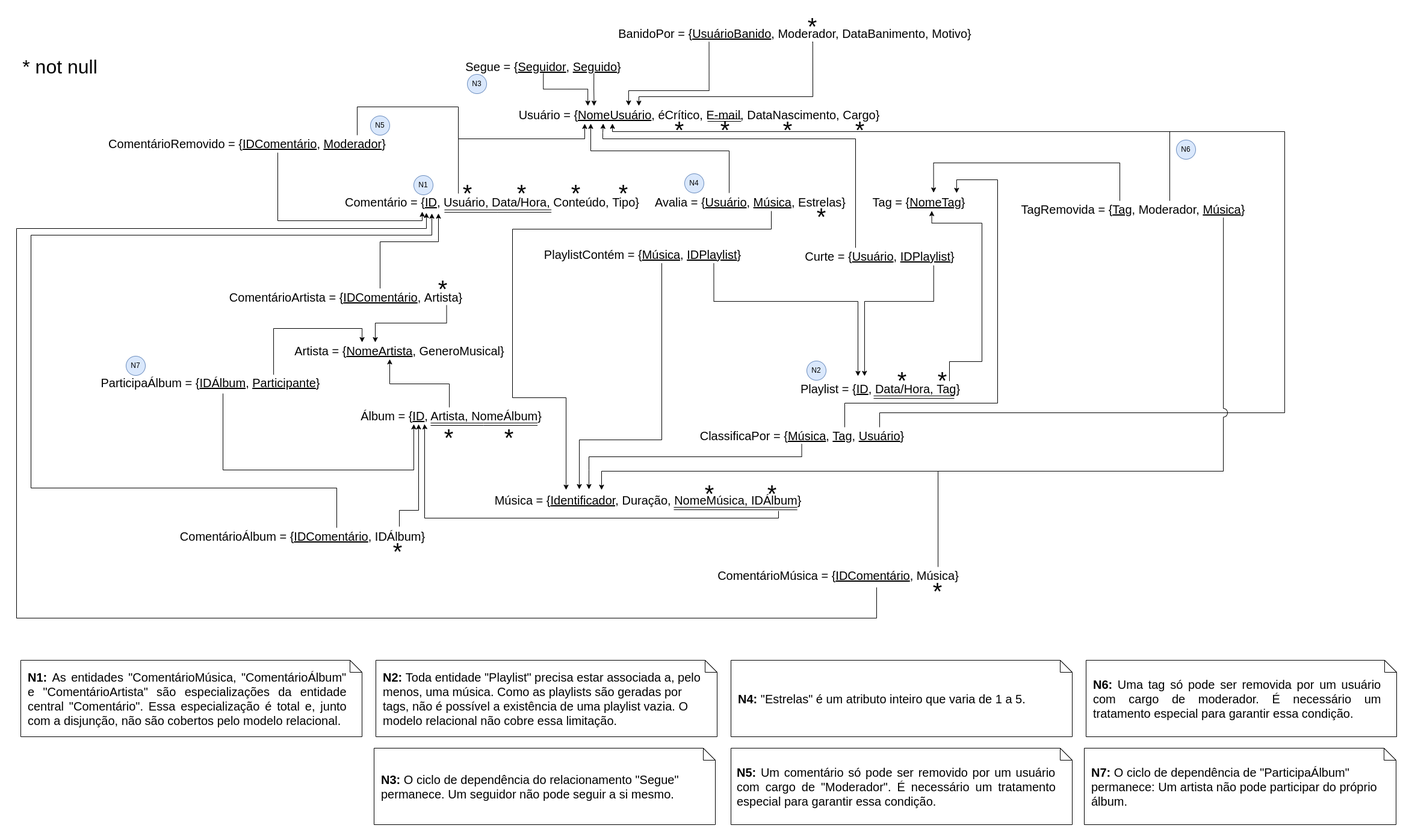
This is Rotten-Lemons-RelScheme.png from natan-dot-com/Rotten-Lemons, a draw.io export, as it was before one commit. Source tidied: cells renumbered, new cells last; positions are measured from the earlier drawing's top-left corner, leaving out a move shared by most shapes.
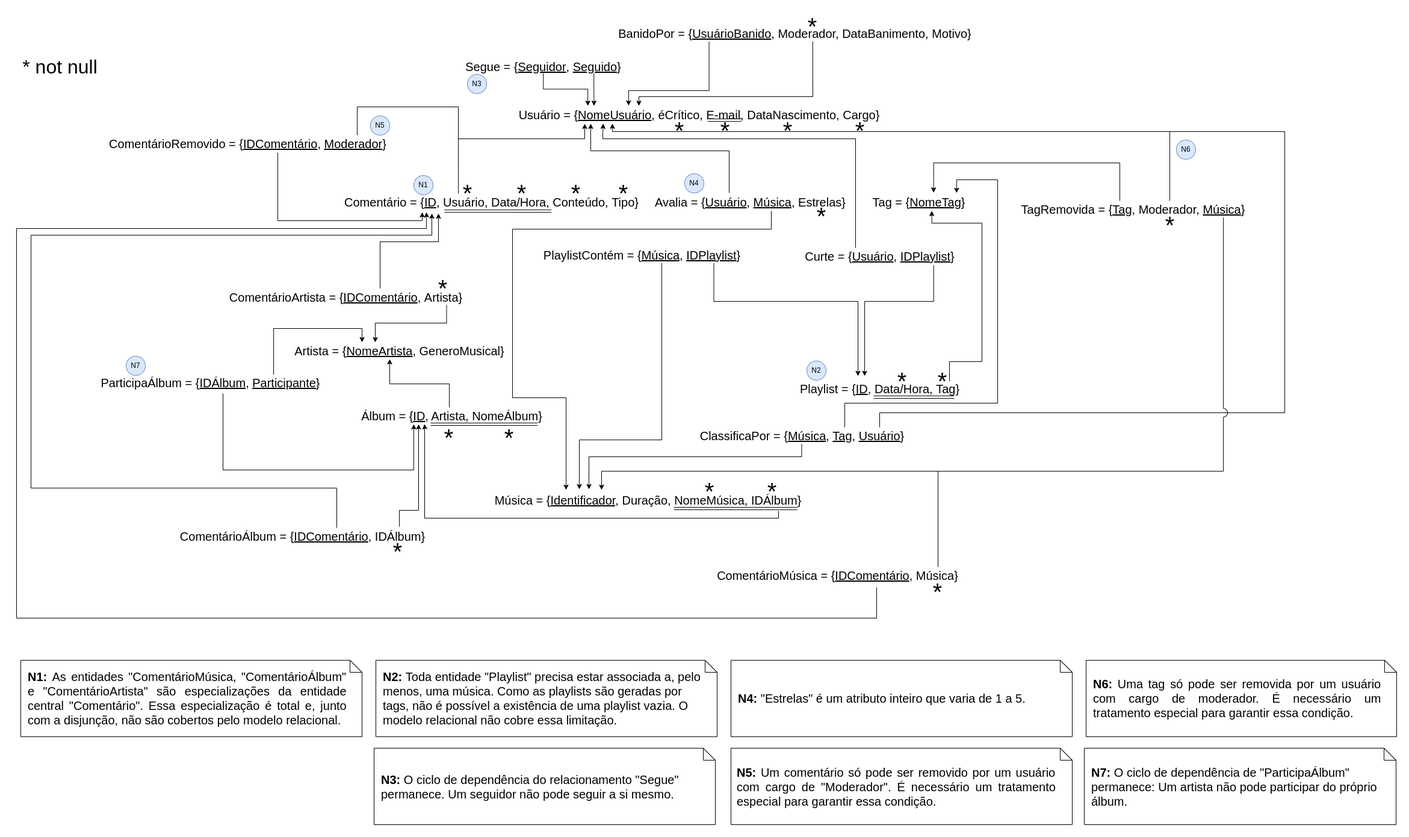
The same file after the commit.

The edit, as a diff of the source:
```diff
@@ -407,10 +407,10 @@
       <mxGeometry x="1774" y="1215" width="518" height="127" as="geometry" />
     </mxCell>
     <mxCell id="77" value="&lt;font style=&quot;font-size: 40px;&quot;&gt;*&lt;/font&gt;" style="text;html=1;align=center;verticalAlign=middle;strokeColor=none;fillColor=none;fontSize=20;" parent="1" vertex="1">
-      <mxGeometry x="1138" y="775" width="26" height="33" as="geometry" />
+      <mxGeometry x="1138" y="771" width="26" height="33" as="geometry" />
     </mxCell>
     <mxCell id="78" value="&lt;font style=&quot;font-size: 40px;&quot;&gt;*&lt;/font&gt;" style="text;html=1;align=center;verticalAlign=middle;strokeColor=none;fillColor=none;fontSize=20;" parent="1" vertex="1">
-      <mxGeometry x="1242" y="775" width="26" height="33" as="geometry" />
+      <mxGeometry x="1242" y="771" width="26" height="33" as="geometry" />
     </mxCell>
     <mxCell id="79" value="&lt;font style=&quot;font-size: 40px;&quot;&gt;*&lt;/font&gt;" style="text;html=1;align=center;verticalAlign=middle;strokeColor=none;fillColor=none;fontSize=20;" parent="1" vertex="1">
       <mxGeometry x="1164" y="172" width="26" height="33" as="geometry" />
@@ -462,5 +462,8 @@
         <mxPoint x="1531" y="755" as="sourcePoint" />
       </mxGeometry>
     </mxCell>
+    <mxCell id="90" value="&lt;font style=&quot;font-size: 40px;&quot;&gt;*&lt;/font&gt;" style="text;html=1;align=center;verticalAlign=middle;strokeColor=none;fillColor=none;fontSize=20;" parent="1" vertex="1">
+      <mxGeometry x="1903" y="330" width="26" height="33" as="geometry" />
+    </mxCell>
   </root>
 </mxGraphModel>
```
